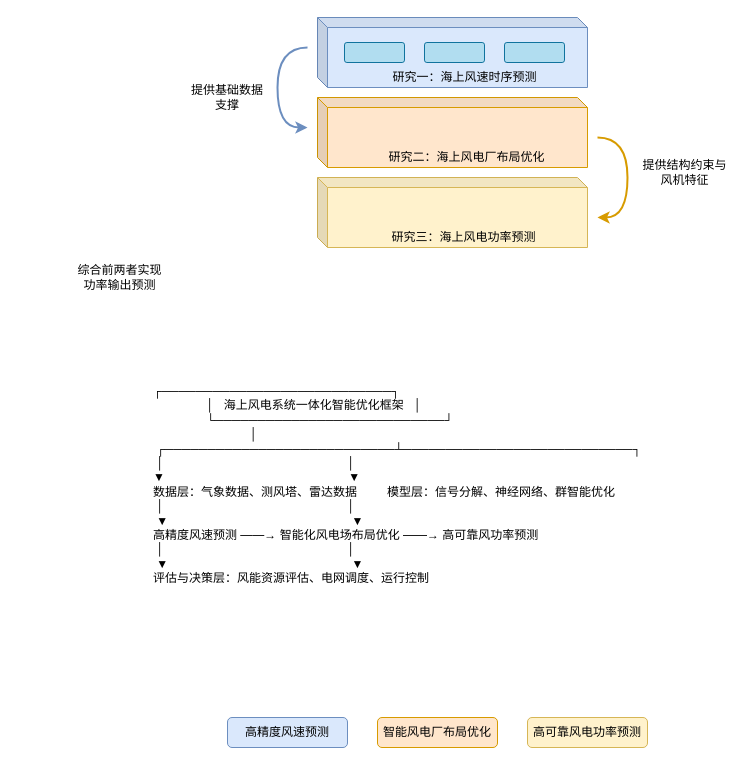
This is page "研究内容" (2 of 2) of 风电厂布局优化.drawio from lyj-12/DrawIO, a draw.io file, before an edit. Source tidied: cells renumbered, new cells numbered last; positions are measured from the earlier drawing's top-left corner, leaving out a move shared by most shapes. Both pictures are drawn from the tidied source at 100%, with x=0, y=0 at pixel (72, 17).
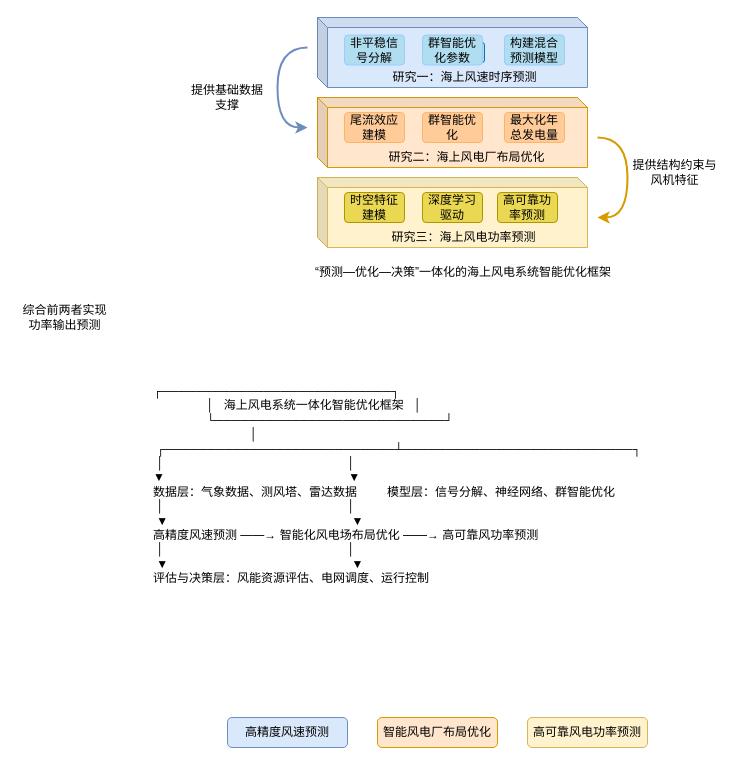
The same diagram, later.

Commit message:
更新风电厂布局优化.drawio

Diff of the diagram source:
```diff
@@
     <mxCell id="9" value="&lt;font face=&quot;宋体&quot;&gt;提供结构约束与风机特征&lt;/font&gt;" style="text;html=1;align=center;verticalAlign=middle;whiteSpace=wrap;rounded=0;" parent="1" vertex="1">
-      <mxGeometry x="565" y="140" width="95" height="30" as="geometry" />
+      <mxGeometry x="555" y="140" width="95" height="30" as="geometry" />
     </mxCell>
     <mxCell id="10" value="&lt;font face=&quot;宋体&quot;&gt;综合前两者实现功率输出预测&lt;/font&gt;" style="text;html=1;align=center;verticalAlign=middle;whiteSpace=wrap;rounded=0;" parent="1" vertex="1">
-      <mxGeometry y="240" width="95" height="40" as="geometry" />
+      <mxGeometry x="-55" y="280" width="95" height="40" as="geometry" />
     </mxCell>
@@
+    <mxCell id="20" value="&lt;span style=&quot;font-family: 宋体;&quot;&gt;尾流效应建模&lt;/span&gt;" style="rounded=1;whiteSpace=wrap;html=1;arcSize=12;fillColor=#ffcc99;strokeColor=#FFB366;" parent="1" vertex="1">
+      <mxGeometry x="272" y="95" width="60" height="30" as="geometry" />
+    </mxCell>
@@
+    <mxCell id="21" value="&lt;span style=&quot;font-family: 宋体;&quot;&gt;群智能优化&lt;/span&gt;" style="rounded=1;whiteSpace=wrap;html=1;arcSize=12;fillColor=#ffcc99;strokeColor=#FFB366;align=center;verticalAlign=middle;fontFamily=Helvetica;fontSize=12;fontColor=default;" parent="1" vertex="1">
+      <mxGeometry x="350" y="95" width="60" height="30" as="geometry" />
+    </mxCell>
@@
+    <mxCell id="22" value="&lt;span style=&quot;font-family: 宋体;&quot;&gt;最大化年总发电量&lt;/span&gt;" style="rounded=1;whiteSpace=wrap;html=1;arcSize=12;fillColor=#ffcc99;strokeColor=#FFB366;align=center;verticalAlign=middle;fontFamily=Helvetica;fontSize=12;fontColor=default;" parent="1" vertex="1">
+      <mxGeometry x="432" y="95" width="60" height="30" as="geometry" />
+    </mxCell>
@@
+    <mxCell id="23" value="&lt;span style=&quot;font-family: 宋体;&quot;&gt;非平稳信号分解&lt;/span&gt;" style="rounded=1;whiteSpace=wrap;html=1;arcSize=12;fillColor=#b1ddf0;strokeColor=#99CCFF;align=center;verticalAlign=middle;fontFamily=Helvetica;fontSize=12;fontColor=default;" parent="1" vertex="1">
+      <mxGeometry x="272" y="17.5" width="60" height="30" as="geometry" />
+    </mxCell>
+    <mxCell id="24" value="&lt;span style=&quot;font-family: 宋体;&quot;&gt;群智能优化参数&lt;/span&gt;" style="rounded=1;whiteSpace=wrap;html=1;arcSize=12;fillColor=#b1ddf0;strokeColor=#99CCFF;align=center;verticalAlign=middle;fontFamily=Helvetica;fontSize=12;fontColor=default;" parent="1" vertex="1">
+      <mxGeometry x="350" y="17.5" width="60" height="30" as="geometry" />
+    </mxCell>
+    <mxCell id="25" value="&lt;span style=&quot;font-family: 宋体;&quot;&gt;构建混合预测模型&lt;/span&gt;" style="rounded=1;whiteSpace=wrap;html=1;arcSize=12;fillColor=#b1ddf0;strokeColor=#99CCFF;align=center;verticalAlign=middle;fontFamily=Helvetica;fontSize=12;fontColor=default;" parent="1" vertex="1">
+      <mxGeometry x="432" y="17.5" width="60" height="30" as="geometry" />
+    </mxCell>
+    <mxCell id="26" value="&lt;span style=&quot;font-family: 宋体;&quot;&gt;时空特征建模&lt;/span&gt;" style="rounded=1;whiteSpace=wrap;html=1;arcSize=12;fillColor=light-dark(#ead853, #675000);strokeColor=#B09500;fontColor=#000000;" parent="1" vertex="1">
+      <mxGeometry x="272" y="175" width="60" height="30" as="geometry" />
+    </mxCell>
+    <mxCell id="27" value="&lt;span style=&quot;font-family: 宋体;&quot;&gt;深度学习驱动&lt;/span&gt;" style="rounded=1;whiteSpace=wrap;html=1;arcSize=12;fillColor=light-dark(#ead853, #675000);strokeColor=#B09500;fontColor=#000000;" parent="1" vertex="1">
+      <mxGeometry x="350" y="175" width="60" height="30" as="geometry" />
+    </mxCell>
+    <mxCell id="28" value="&lt;span style=&quot;font-family: 宋体;&quot;&gt;高可靠功率预测&lt;/span&gt;" style="rounded=1;whiteSpace=wrap;html=1;arcSize=12;fillColor=light-dark(#ead853, #675000);strokeColor=#B09500;fontColor=#000000;" parent="1" vertex="1">
+      <mxGeometry x="425" y="175" width="60" height="30" as="geometry" />
+    </mxCell>
+    <mxCell id="29" value="&lt;font face=&quot;宋体&quot;&gt;“预测—优化—决策”一体化的海上风电系统智能优化框架&lt;/font&gt;" style="text;html=1;align=center;verticalAlign=middle;whiteSpace=wrap;rounded=0;" parent="1" vertex="1">
+      <mxGeometry x="221.2" y="240" width="340" height="30" as="geometry" />
+    </mxCell>
```
